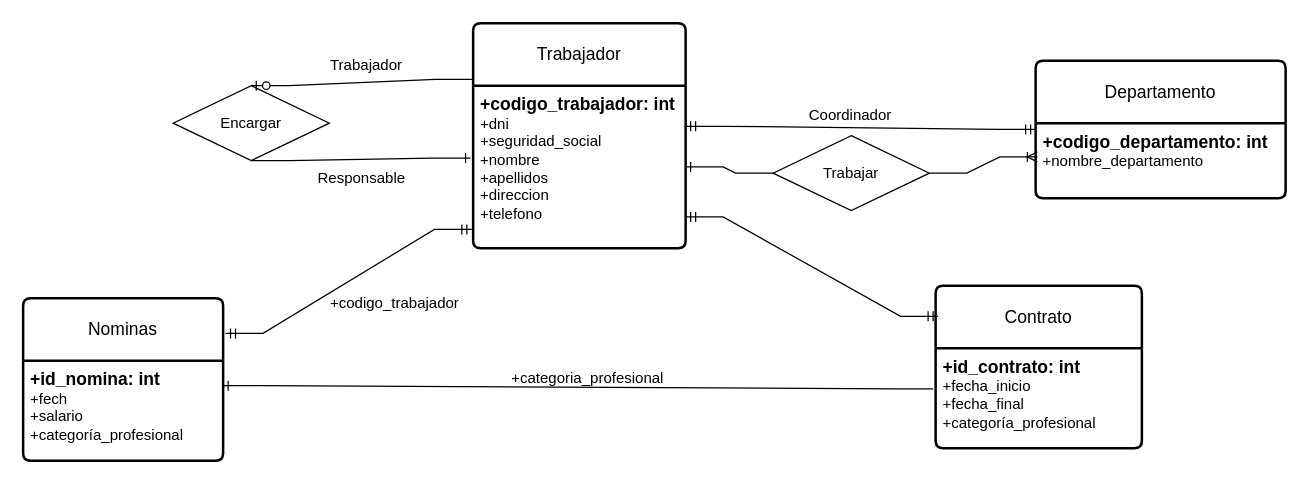
The draw.io diagram ejercicio7.drawio in AsierGArranz/aga-sru-sa-t-UD12DiagramaER-11102023, before the edit. Source tidied: cells renumbered, new cells numbered last; positions are measured from the earlier drawing's top-left corner, leaving out a move shared by most shapes. Both pictures are drawn from the tidied source at 125%, with x=0, y=0 at pixel (22, 22).
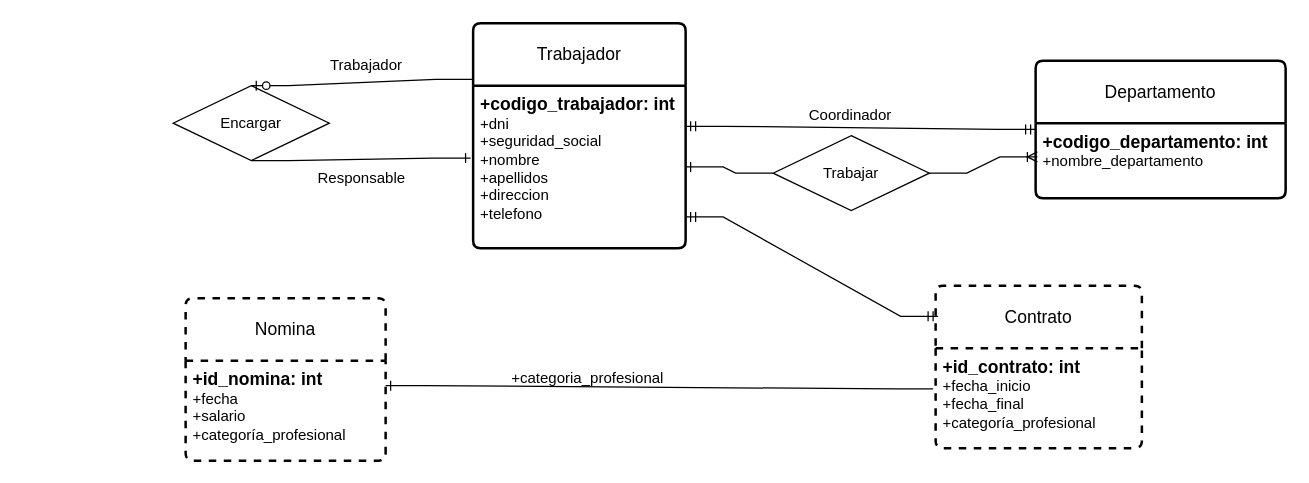
After the change.

Unchanged cells that the change refers to:
```xml
<mxCell id="3" value="&lt;b&gt;&lt;font style=&quot;font-size: 14px;&quot;&gt;+codigo_trabajador: int&lt;/font&gt;&lt;/b&gt;&lt;br&gt;+dni&lt;br&gt;+seguridad_social&lt;br&gt;+nombre&lt;br&gt;+apellidos&lt;br&gt;+direccion&lt;br&gt;+telefono" style="align=left;strokeColor=none;fillColor=none;spacingLeft=4;fontSize=12;verticalAlign=top;html=1;" parent="2" vertex="1">
  <mxGeometry y="50" width="170" height="130" as="geometry" />
</mxCell>
```

Change to the diagram source:
```diff
@@
-    <mxCell id="16" value="Contrato" style="swimlane;horizontal=1;startSize=50;rounded=1;fontSize=14;fontStyle=0;strokeWidth=2;shadow=0;dashed=0;align=center;arcSize=4;whiteSpace=wrap;html=1;" parent="1" vertex="1">
+    <mxCell id="16" value="Contrato" style="swimlane;horizontal=1;startSize=50;rounded=1;fontSize=14;fontStyle=0;strokeWidth=2;shadow=0;dashed=1;align=center;arcSize=4;whiteSpace=wrap;html=1;" parent="1" vertex="1">
       <mxGeometry x="730" y="210" width="165" height="130" as="geometry" />
     </mxCell>
@@
-    <mxCell id="19" value="Nominas" style="swimlane;horizontal=1;startSize=50;rounded=1;fontSize=14;fontStyle=0;strokeWidth=2;shadow=0;dashed=0;align=center;arcSize=4;whiteSpace=wrap;html=1;" parent="1" vertex="1">
-      <mxGeometry y="220" width="160" height="130" as="geometry" />
+    <mxCell id="19" value="Nomina" style="swimlane;horizontal=1;startSize=50;rounded=1;fontSize=14;fontStyle=0;strokeWidth=2;shadow=0;dashed=1;align=center;arcSize=4;whiteSpace=wrap;html=1;" parent="1" vertex="1">
+      <mxGeometry x="130" y="220" width="160" height="130" as="geometry" />
     </mxCell>
-    <mxCell id="20" value="&lt;b&gt;&lt;font style=&quot;font-size: 14px;&quot;&gt;+id_nomina: int&lt;/font&gt;&lt;/b&gt;&lt;br&gt;+fech&lt;br&gt;+salario&lt;br&gt;+categoría_profesional" style="align=left;strokeColor=none;fillColor=none;spacingLeft=4;fontSize=12;verticalAlign=top;html=1;" parent="19" vertex="1">
+    <mxCell id="20" value="&lt;b&gt;&lt;font style=&quot;font-size: 14px;&quot;&gt;+id_nomina: int&lt;/font&gt;&lt;/b&gt;&lt;br&gt;+fecha&lt;br&gt;+salario&lt;br&gt;+categoría_profesional" style="align=left;strokeColor=none;fillColor=none;spacingLeft=4;fontSize=12;verticalAlign=top;html=1;" parent="19" vertex="1">
       <mxGeometry y="50" width="160" height="80" as="geometry" />
     </mxCell>
-    <mxCell id="21" style="edgeStyle=entityRelationEdgeStyle;fontSize=12;html=1;endArrow=ERmandOne;startArrow=ERmandOne;rounded=0;exitX=1.012;exitY=0.217;exitDx=0;exitDy=0;entryX=-0.006;entryY=0.885;entryDx=0;entryDy=0;exitPerimeter=0;entryPerimeter=0;" parent="1" edge="1" source="19" target="3">
-      <mxGeometry relative="1" as="geometry">
-        <Array as="points">
-          <mxPoint x="870" y="350" />
-        </Array>
-      </mxGeometry>
-    </mxCell>
@@
-    <mxCell id="24" value="+codigo_trabajador" style="text;strokeColor=none;fillColor=none;spacingLeft=4;spacingRight=4;overflow=hidden;fontSize=12;whiteSpace=wrap;html=1;" parent="1" vertex="1">
-      <mxGeometry x="240" y="210" width="145" height="30" as="geometry" />
-    </mxCell>
```
